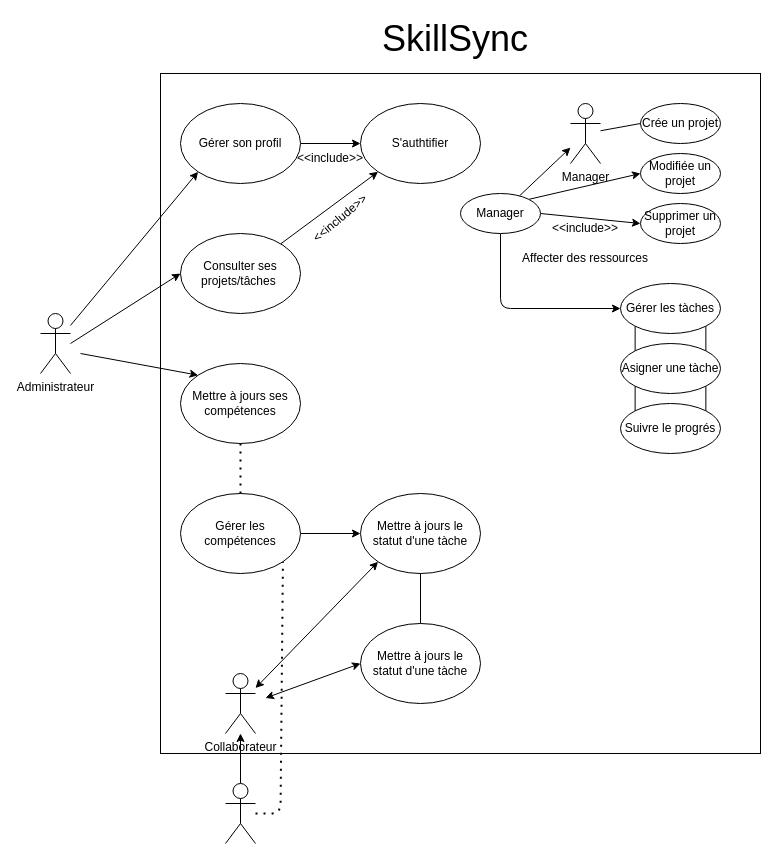
The draw.io diagram server/database/docs/uml Use-case.drawio in JulesZYTB/SkillSync, before the edit. Source tidied: cells renumbered, new cells numbered last; positions are measured from the earlier drawing's top-left corner, leaving out a move shared by most shapes. Both pictures are drawn from the tidied source at 100%, with x=0, y=0 at pixel (40, 23).
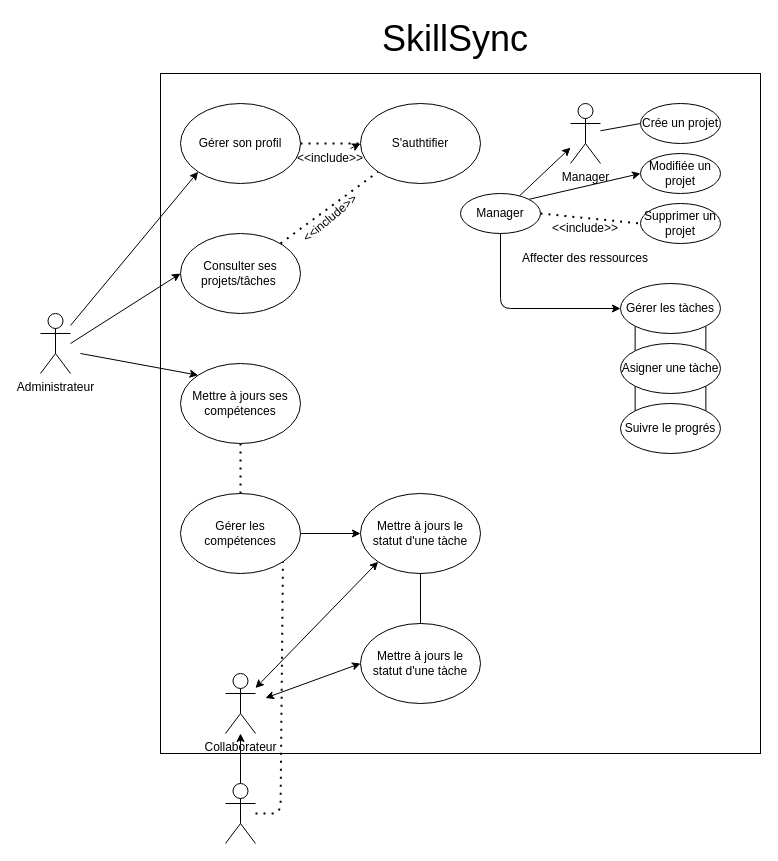
The same page after the edit.

The change refers to these unchanged cells:
```xml
<mxCell id="10" value="Gérer son profil" style="ellipse;whiteSpace=wrap;html=1;" parent="1" vertex="1">
  <mxGeometry x="140" y="80" width="120" height="80" as="geometry" />
</mxCell>
<mxCell id="12" value="Consulter ses projets/tâches&amp;nbsp;" style="ellipse;whiteSpace=wrap;html=1;" parent="1" vertex="1">
  <mxGeometry x="140" y="210" width="120" height="80" as="geometry" />
</mxCell>
<mxCell id="23" value="S'authtifier" style="ellipse;whiteSpace=wrap;html=1;" parent="1" vertex="1">
  <mxGeometry x="320" y="80" width="120" height="80" as="geometry" />
</mxCell>
<mxCell id="37" value="Manager" style="ellipse;whiteSpace=wrap;html=1;" parent="1" vertex="1">
  <mxGeometry x="420" y="170" width="80" height="40" as="geometry" />
</mxCell>
<mxCell id="40" value="Supprimer un projet" style="ellipse;whiteSpace=wrap;html=1;" parent="1" vertex="1">
  <mxGeometry x="600" y="180" width="80" height="40" as="geometry" />
</mxCell>
```

Diff of the diagram source:
```diff
@@
-    <mxCell id="9" style="edgeStyle=none;html=1;" parent="1" edge="1" source="10" target="23">
-      <mxGeometry relative="1" as="geometry" />
-    </mxCell>
@@
-    <mxCell id="11" style="edgeStyle=none;html=1;entryX=0;entryY=1;entryDx=0;entryDy=0;" parent="1" edge="1" source="12" target="23">
-      <mxGeometry relative="1" as="geometry" />
-    </mxCell>
@@
+    <mxCell id="51" style="edgeStyle=none;html=1;" parent="1" edge="1" source="24">
+      <mxGeometry relative="1" as="geometry">
+        <mxPoint x="320" y="120" as="targetPoint" />
+      </mxGeometry>
+    </mxCell>
     <mxCell id="24" value="&amp;lt;&amp;lt;include&amp;gt;&amp;gt;" style="text;html=1;strokeColor=none;fillColor=none;align=center;verticalAlign=middle;whiteSpace=wrap;rounded=0;" parent="1" vertex="1">
-      <mxGeometry x="260" y="120" width="60" height="30" as="geometry" />
+      <mxGeometry x="270" y="120" width="40" height="30" as="geometry" />
     </mxCell>
     <mxCell id="25" value="&amp;lt;&amp;lt;include&amp;gt;&amp;gt;" style="text;html=1;strokeColor=none;fillColor=none;align=center;verticalAlign=middle;whiteSpace=wrap;rounded=0;rotation=-40;" parent="1" vertex="1">
-      <mxGeometry x="270" y="180" width="60" height="30" as="geometry" />
+      <mxGeometry x="260" y="180" width="60" height="30" as="geometry" />
     </mxCell>
@@
-    <mxCell id="35" style="edgeStyle=none;html=1;exitX=1;exitY=0.5;exitDx=0;exitDy=0;entryX=0;entryY=0.5;entryDx=0;entryDy=0;" parent="1" edge="1" source="37" target="40">
-      <mxGeometry relative="1" as="geometry" />
-    </mxCell>
@@
+    <mxCell id="9" style="endArrow=none;dashed=1;html=1;dashPattern=1 3;strokeWidth=2;entryX=0;entryY=0.5;entryDx=0;entryDy=0;exitX=1;exitY=0.5;exitDx=0;exitDy=0;" parent="1" edge="1" source="10" target="23">
+      <mxGeometry relative="1" as="geometry" />
+    </mxCell>
+    <mxCell id="52" style="endArrow=none;dashed=1;html=1;dashPattern=1 3;strokeWidth=2;entryX=0;entryY=1;entryDx=0;entryDy=0;exitX=1;exitY=0.5;exitDx=0;exitDy=0;" parent="1" edge="1" target="23">
+      <mxGeometry relative="1" as="geometry">
+        <mxPoint x="240" y="220" as="sourcePoint" />
+      </mxGeometry>
+    </mxCell>
+    <mxCell id="53" style="endArrow=none;dashed=1;html=1;dashPattern=1 3;strokeWidth=2;entryX=0;entryY=0.5;entryDx=0;entryDy=0;exitX=1;exitY=0.5;exitDx=0;exitDy=0;" parent="1" edge="1" target="40">
+      <mxGeometry relative="1" as="geometry">
+        <mxPoint x="500" y="190" as="sourcePoint" />
+      </mxGeometry>
+    </mxCell>
```
